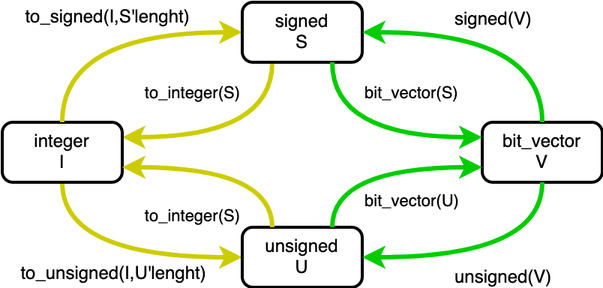
The draw.io diagram images/vhdl/vhdlconversao.png in balbertini/balbertini.github.io, before a commit. Source tidied: cells renumbered, new cells last; positions are measured from the earlier drawing's top-left corner, leaving out a move shared by most shapes.
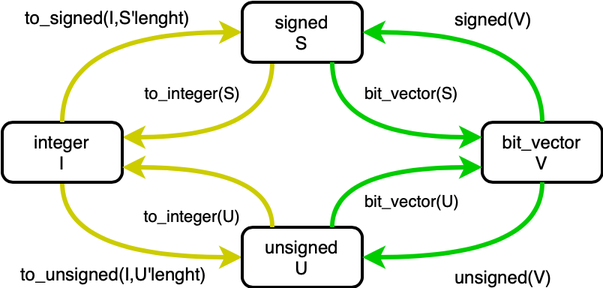
The same file after the commit.

The edit, as a diff of the source:
```diff
@@ -28,7 +28,7 @@
     <mxCell id="9" value="unsigned&lt;br&gt;U" style="rounded=1;whiteSpace=wrap;html=1;absoluteArcSize=1;arcSize=14;strokeWidth=2;" parent="1" vertex="1">
       <mxGeometry x="160" y="150" width="80" height="40" as="geometry" />
     </mxCell>
-    <mxCell id="10" value="to_integer(S)" style="edgeStyle=orthogonalEdgeStyle;curved=1;rounded=0;jettySize=auto;html=1;exitX=1;exitY=0.75;exitDx=0;exitDy=0;entryX=0.25;entryY=0;entryDx=0;entryDy=0;startArrow=classic;startFill=1;endArrow=none;endFill=0;labelPosition=left;verticalLabelPosition=bottom;align=right;verticalAlign=top;strokeWidth=3;strokeColor=#CCCC00;" parent="1" edge="1" source="5" target="9">
+    <mxCell id="10" value="to_integer(U)" style="edgeStyle=orthogonalEdgeStyle;curved=1;rounded=0;jettySize=auto;html=1;exitX=1;exitY=0.75;exitDx=0;exitDy=0;entryX=0.25;entryY=0;entryDx=0;entryDy=0;startArrow=classic;startFill=1;endArrow=none;endFill=0;labelPosition=left;verticalLabelPosition=bottom;align=right;verticalAlign=top;strokeWidth=3;strokeColor=#CCCC00;" parent="1" edge="1" source="5" target="9">
       <mxGeometry x="0.71" y="-20" relative="1" as="geometry" />
     </mxCell>
     <mxCell id="11" value="bit_vector(S)" style="edgeStyle=orthogonalEdgeStyle;curved=1;rounded=0;jettySize=auto;html=1;exitX=0;exitY=0.25;exitDx=0;exitDy=0;entryX=0.75;entryY=1;entryDx=0;entryDy=0;startArrow=classic;startFill=1;endArrow=none;endFill=0;labelPosition=right;verticalLabelPosition=top;align=left;verticalAlign=bottom;strokeWidth=3;strokeColor=#00CC00;" parent="1" edge="1" source="8" target="7">
```
